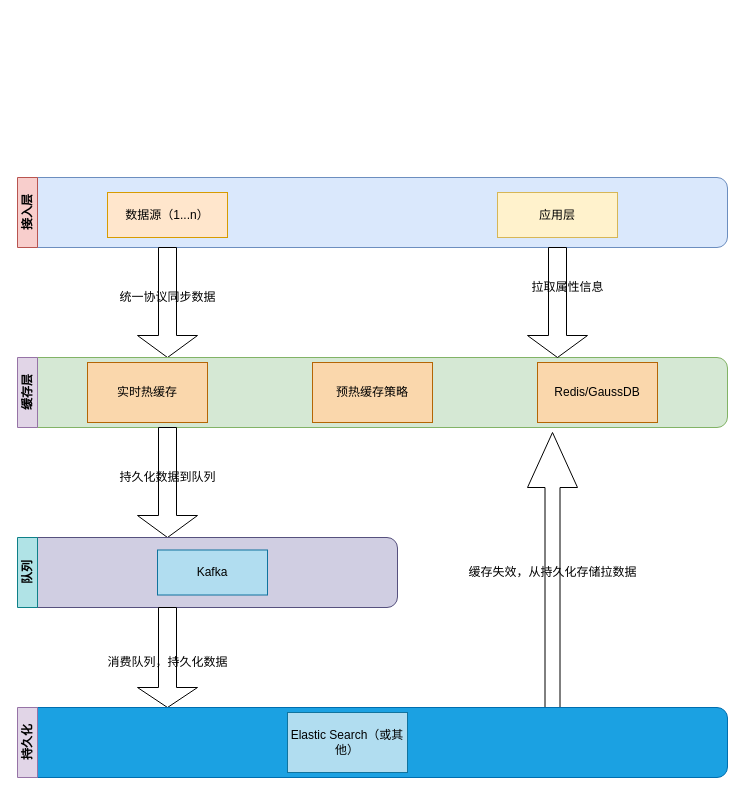
Before: 未命名绘图.drawio in tianjiawei/draw, a draw.io diagram. Source tidied: cells renumbered, new cells numbered last; positions are measured from the earlier drawing's top-left corner, leaving out a move shared by most shapes. Both pictures are drawn from the tidied source at 100%, with x=0, y=0 at pixel (17, 177).
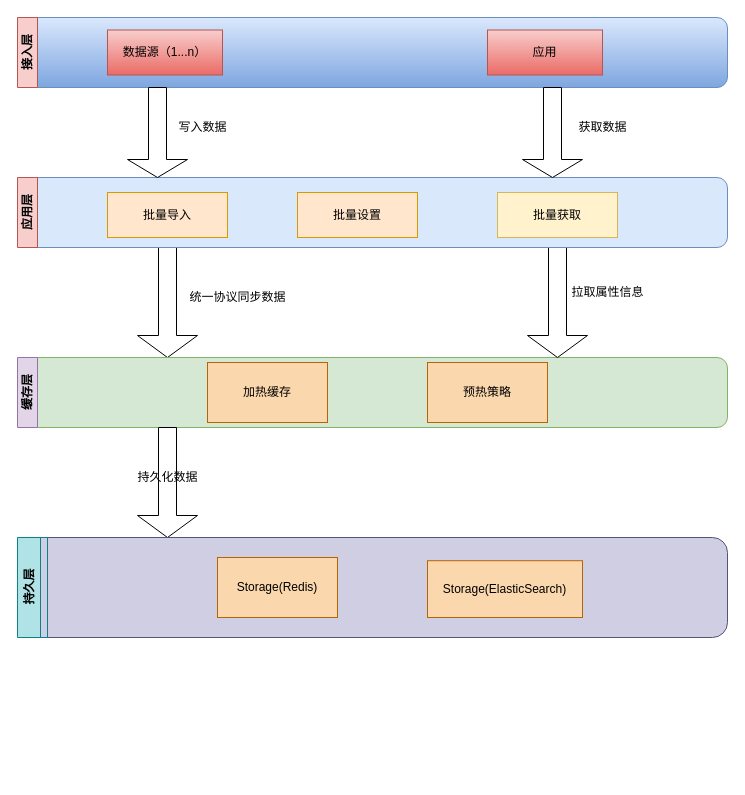
The same diagram, later.

Commit message (it also covers changes not shown here):
属性中心总体架构图.drawio

Change to the diagram source:
```diff
@@
-    <mxCell id="2" style="rounded=1;whiteSpace=wrap;html=1;fillColor=#dae8fc;strokeColor=#6c8ebf;" parent="1" vertex="1">
-      <mxGeometry width="710" height="70" as="geometry" />
-    </mxCell>
-    <mxCell id="3" value="数据源（1...n）" style="rounded=0;whiteSpace=wrap;html=1;fillColor=#ffe6cc;strokeColor=#d79b00;" parent="1" vertex="1">
-      <mxGeometry x="90" y="15" width="120" height="45" as="geometry" />
-    </mxCell>
-    <mxCell id="4" value="应用层" style="rounded=0;whiteSpace=wrap;html=1;fillColor=#fff2cc;strokeColor=#d6b656;" parent="1" vertex="1">
-      <mxGeometry x="480" y="15" width="120" height="45" as="geometry" />
-    </mxCell>
@@
     <mxCell id="6" value="统一协议同步数据" style="text;html=1;align=center;verticalAlign=middle;strokeColor=none;fillColor=none;" parent="1" vertex="1">
-      <mxGeometry x="90" y="105" width="120" height="30" as="geometry" />
+      <mxGeometry x="160" y="105" width="120" height="30" as="geometry" />
     </mxCell>
@@
     <mxCell id="9" value="拉取属性信息" style="text;html=1;align=center;verticalAlign=middle;strokeColor=none;fillColor=none;" parent="1" vertex="1">
-      <mxGeometry x="500" y="95" width="100" height="30" as="geometry" />
+      <mxGeometry x="540" y="100" width="100" height="30" as="geometry" />
     </mxCell>
-    <mxCell id="10" value="接入层" style="swimlane;horizontal=0;whiteSpace=wrap;html=1;fillColor=#f8cecc;strokeColor=#b85450;" parent="1" vertex="1">
-      <mxGeometry width="20" height="70" as="geometry" />
-    </mxCell>
@@
-    <mxCell id="13" value="持久化数据到队列" style="text;html=1;align=center;verticalAlign=middle;strokeColor=none;fillColor=none;" parent="1" vertex="1">
-      <mxGeometry x="90" y="285" width="120" height="30" as="geometry" />
+    <mxCell id="13" value="持久化数据" style="text;html=1;align=center;verticalAlign=middle;strokeColor=none;fillColor=none;" parent="1" vertex="1">
+      <mxGeometry x="110" y="285" width="80" height="30" as="geometry" />
     </mxCell>
-    <mxCell id="14" style="shape=singleArrow;direction=north;whiteSpace=wrap;html=1;" parent="1" vertex="1">
-      <mxGeometry x="510" y="255" width="50" height="275" as="geometry" />
-    </mxCell>
-    <mxCell id="15" value="缓存失效，从持久化存储拉数据" style="text;html=1;align=center;verticalAlign=middle;strokeColor=none;fillColor=none;" parent="1" vertex="1">
-      <mxGeometry x="440" y="380" width="190" height="30" as="geometry" />
-    </mxCell>
-    <mxCell id="16" value="Redis/GaussDB" style="rounded=0;whiteSpace=wrap;html=1;fillColor=#fad7ac;strokeColor=#b46504;" parent="1" vertex="1">
-      <mxGeometry x="520" y="185" width="120" height="60" as="geometry" />
-    </mxCell>
-    <mxCell id="17" value="实时热缓存" style="rounded=0;whiteSpace=wrap;html=1;fillColor=#fad7ac;strokeColor=#b46504;" parent="1" vertex="1">
-      <mxGeometry x="70" y="185" width="120" height="60" as="geometry" />
+    <mxCell id="17" value="加热缓存" style="rounded=0;whiteSpace=wrap;html=1;fillColor=#fad7ac;strokeColor=#b46504;" parent="1" vertex="1">
+      <mxGeometry x="190" y="185" width="120" height="60" as="geometry" />
     </mxCell>
-    <mxCell id="18" value="预热缓存策略" style="rounded=0;whiteSpace=wrap;html=1;fillColor=#fad7ac;strokeColor=#b46504;" parent="1" vertex="1">
-      <mxGeometry x="295" y="185" width="120" height="60" as="geometry" />
+    <mxCell id="18" value="预热策略" style="rounded=0;whiteSpace=wrap;html=1;fillColor=#fad7ac;strokeColor=#b46504;" parent="1" vertex="1">
+      <mxGeometry x="410" y="185" width="120" height="60" as="geometry" />
     </mxCell>
     <mxCell id="19" style="rounded=1;whiteSpace=wrap;html=1;fillColor=#d0cee2;strokeColor=#56517e;" parent="1" vertex="1">
-      <mxGeometry y="360" width="380" height="70" as="geometry" />
+      <mxGeometry y="360" width="710" height="100" as="geometry" />
     </mxCell>
-    <mxCell id="20" value="队列" style="swimlane;horizontal=0;whiteSpace=wrap;html=1;fillColor=#b0e3e6;strokeColor=#0e8088;" parent="1" vertex="1">
-      <mxGeometry y="360" width="20" height="70" as="geometry" />
+    <mxCell id="20" value="持久层" style="swimlane;horizontal=0;whiteSpace=wrap;html=1;fillColor=#b0e3e6;strokeColor=#0e8088;" parent="1" vertex="1">
+      <mxGeometry y="360" width="30" height="100" as="geometry" />
     </mxCell>
-    <mxCell id="21" value="Kafka" style="rounded=0;whiteSpace=wrap;html=1;fillColor=#b1ddf0;strokeColor=#10739e;" parent="1" vertex="1">
-      <mxGeometry x="140" y="372.5" width="110" height="45" as="geometry" />
-    </mxCell>
-    <mxCell id="22" style="shape=singleArrow;direction=south;whiteSpace=wrap;html=1;" parent="1" vertex="1">
-      <mxGeometry x="120" y="430" width="60" height="100" as="geometry" />
-    </mxCell>
-    <mxCell id="23" value="消费队列，持久化数据" style="text;html=1;align=center;verticalAlign=middle;strokeColor=none;fillColor=none;" parent="1" vertex="1">
-      <mxGeometry x="80" y="470" width="140" height="30" as="geometry" />
-    </mxCell>
-    <mxCell id="24" style="group;" parent="1" vertex="1">
-      <mxGeometry y="530" width="710" height="70" as="geometry" />
-    </mxCell>
-    <mxCell id="25" style="rounded=1;whiteSpace=wrap;html=1;fillColor=#1ba1e2;fontColor=#ffffff;strokeColor=#006EAF;" parent="24" vertex="1">
-      <mxGeometry width="710" height="70" as="geometry" />
-    </mxCell>
-    <mxCell id="26" value="持久化" style="swimlane;horizontal=0;whiteSpace=wrap;html=1;fillColor=#e1d5e7;strokeColor=#9673a6;" parent="24" vertex="1">
-      <mxGeometry width="20" height="70" as="geometry" />
-    </mxCell>
+    <mxCell id="28" value="Storage(Redis)" style="rounded=0;whiteSpace=wrap;html=1;fillColor=#fad7ac;strokeColor=#b46504;" parent="1" vertex="1">
+      <mxGeometry x="200" y="380" width="120" height="60" as="geometry" />
+    </mxCell>
-    <mxCell id="27" value="Elastic Search（或其他）" style="rounded=0;whiteSpace=wrap;html=1;fillColor=#b1ddf0;strokeColor=#10739e;" parent="24" vertex="1">
-      <mxGeometry x="270" y="5" width="120" height="60" as="geometry" />
+    <mxCell id="27" value="Storage(ElasticSearch)" style="rounded=0;whiteSpace=wrap;html=1;fillColor=#fad7ac;strokeColor=#b46504;" parent="1" vertex="1">
+      <mxGeometry x="410" y="383.2" width="155" height="56.8" as="geometry" />
     </mxCell>
+    <mxCell id="29" style="group;" parent="1" vertex="1">
+      <mxGeometry width="710" height="70" as="geometry" />
+    </mxCell>
+    <mxCell id="2" style="rounded=1;whiteSpace=wrap;html=1;fillColor=#dae8fc;strokeColor=#6c8ebf;" parent="29" vertex="1">
+      <mxGeometry width="710" height="70" as="geometry" />
+    </mxCell>
+    <mxCell id="3" value="批量导入" style="rounded=0;whiteSpace=wrap;html=1;fillColor=#ffe6cc;strokeColor=#d79b00;" parent="29" vertex="1">
+      <mxGeometry x="90" y="15" width="120" height="45" as="geometry" />
+    </mxCell>
+    <mxCell id="4" value="批量获取" style="rounded=0;whiteSpace=wrap;html=1;fillColor=#fff2cc;strokeColor=#d6b656;" parent="29" vertex="1">
+      <mxGeometry x="480" y="15" width="120" height="45" as="geometry" />
+    </mxCell>
+    <mxCell id="10" value="应用层" style="swimlane;horizontal=0;whiteSpace=wrap;html=1;fillColor=#f8cecc;strokeColor=#b85450;" parent="29" vertex="1">
+      <mxGeometry width="20" height="70" as="geometry" />
+    </mxCell>
+    <mxCell id="30" value="批量设置" style="rounded=0;whiteSpace=wrap;html=1;fillColor=#ffe6cc;strokeColor=#d79b00;" parent="29" vertex="1">
+      <mxGeometry x="280" y="15" width="120" height="45" as="geometry" />
+    </mxCell>
+    <mxCell id="31" style="group;" parent="1" vertex="1">
+      <mxGeometry y="-160" width="710" height="70" as="geometry" />
+    </mxCell>
+    <mxCell id="32" style="rounded=1;whiteSpace=wrap;html=1;fillColor=#dae8fc;strokeColor=#6c8ebf;gradientColor=#7ea6e0;" parent="31" vertex="1">
+      <mxGeometry width="710" height="70" as="geometry" />
+    </mxCell>
+    <mxCell id="33" value="接入层" style="swimlane;horizontal=0;whiteSpace=wrap;html=1;fillColor=#f8cecc;strokeColor=#b85450;" parent="31" vertex="1">
+      <mxGeometry width="20" height="70" as="geometry" />
+    </mxCell>
+    <mxCell id="34" value="数据源（1...n）" style="rounded=0;whiteSpace=wrap;html=1;fillColor=#f8cecc;gradientColor=#ea6b66;strokeColor=#b85450;" parent="31" vertex="1">
+      <mxGeometry x="90" y="12.5" width="115" height="45" as="geometry" />
+    </mxCell>
+    <mxCell id="35" value="应用" style="rounded=0;whiteSpace=wrap;html=1;fillColor=#f8cecc;gradientColor=#ea6b66;strokeColor=#b85450;" parent="31" vertex="1">
+      <mxGeometry x="470" y="12.5" width="115" height="45" as="geometry" />
+    </mxCell>
+    <mxCell id="36" style="shape=singleArrow;direction=south;whiteSpace=wrap;html=1;" parent="1" vertex="1">
+      <mxGeometry x="110" y="-90" width="60" height="90" as="geometry" />
+    </mxCell>
+    <mxCell id="37" value="写入数据" style="text;html=1;align=center;verticalAlign=middle;strokeColor=none;fillColor=none;" parent="1" vertex="1">
+      <mxGeometry x="150" y="-65" width="70" height="30" as="geometry" />
+    </mxCell>
+    <mxCell id="38" style="shape=singleArrow;direction=south;whiteSpace=wrap;html=1;" parent="1" vertex="1">
+      <mxGeometry x="505" y="-90" width="60" height="90" as="geometry" />
+    </mxCell>
+    <mxCell id="39" value="获取数据" style="text;html=1;align=center;verticalAlign=middle;strokeColor=none;fillColor=none;" parent="1" vertex="1">
+      <mxGeometry x="550" y="-65" width="70" height="30" as="geometry" />
+    </mxCell>
```
